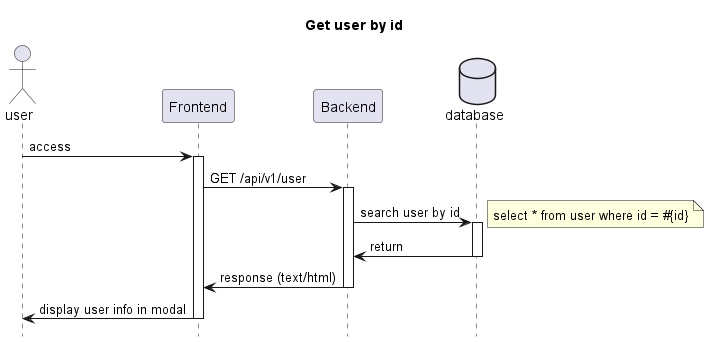
N-Laboratory/htmx-with-spring-boot keeps this PlantUML diagram as backend/src/main/java/jp/nlaboratory/mybatis/docs/UserController/search.png. Above is the earlier version.
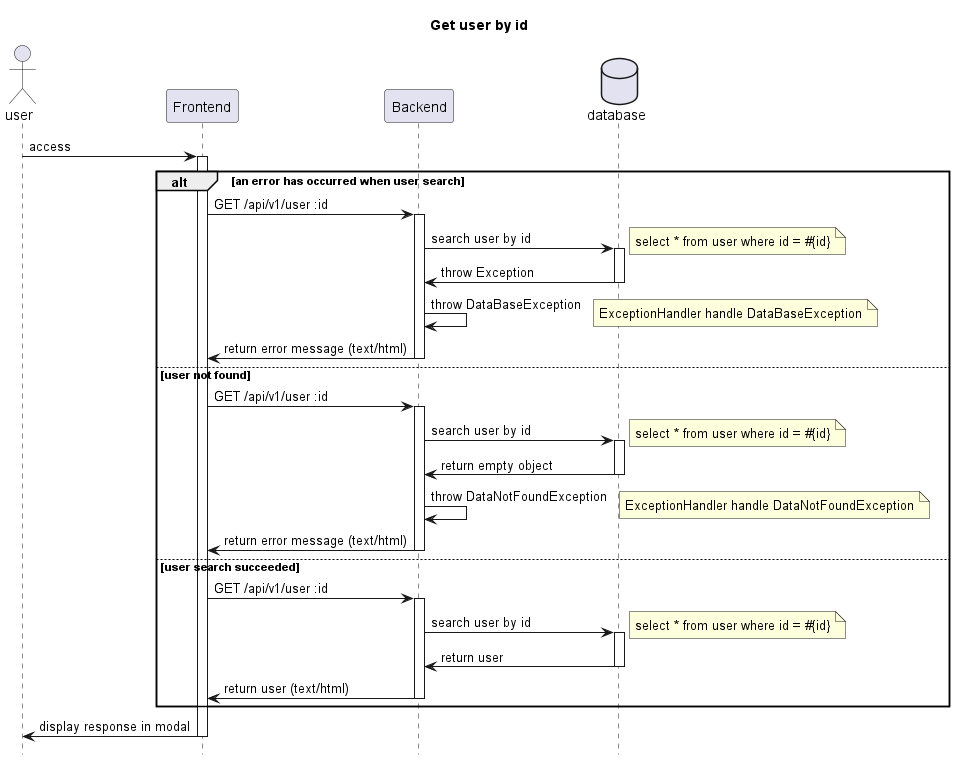
The same diagram one commit later.

Commit message:
docs: modify user search sequence diagram

What changed in the source:
```diff
@@ -9,22 +9,52 @@
 
 user -> FE : access
 activate FE
-
-  FE -> BE : GET /api/v1/user
-  activate BE
-
-    BE -> DB : search user by id
-    activate DB
+  alt an error has occurred when user search
+    FE -> BE : GET /api/v1/user :id
+    activate BE
+      BE -> DB : search user by id
+      activate DB
+        note right
+            select * from user where id = #{id}
+        end note
+        DB -> BE : throw Exception
+      deactivate DB
+    BE -> BE : throw DataBaseException
     note right
-        select * from user where id = #{id}
+      ExceptionHandler handle DataBaseException
     end note
-    DB -> BE : return
-    deactivate DB
-
-  BE -> FE : response (text/html)
-  deactivate BE
-
-FE -> user : display user info in modal
+    BE -> FE : return error message (text/html)
+    deactivate BE
+  else user not found
+    FE -> BE : GET /api/v1/user :id
+    activate BE
+      BE -> DB : search user by id
+      activate DB
+        note right
+            select * from user where id = #{id}
+        end note
+        DB -> BE : return empty object
+      deactivate DB
+    BE -> BE : throw DataNotFoundException
+    note right
+      ExceptionHandler handle DataNotFoundException
+    end note
+    BE -> FE : return error message (text/html)
+    deactivate BE
+  else user search succeeded
+    FE -> BE : GET /api/v1/user :id
+    activate BE
+      BE -> DB : search user by id
+      activate DB
+        note right
+            select * from user where id = #{id}
+        end note
+        DB -> BE : return user
+      deactivate DB
+    BE -> FE : return user (text/html)
+    deactivate BE
+  end
+FE -> user : display response in modal
 deactivate FE
 
 @enduml
```
